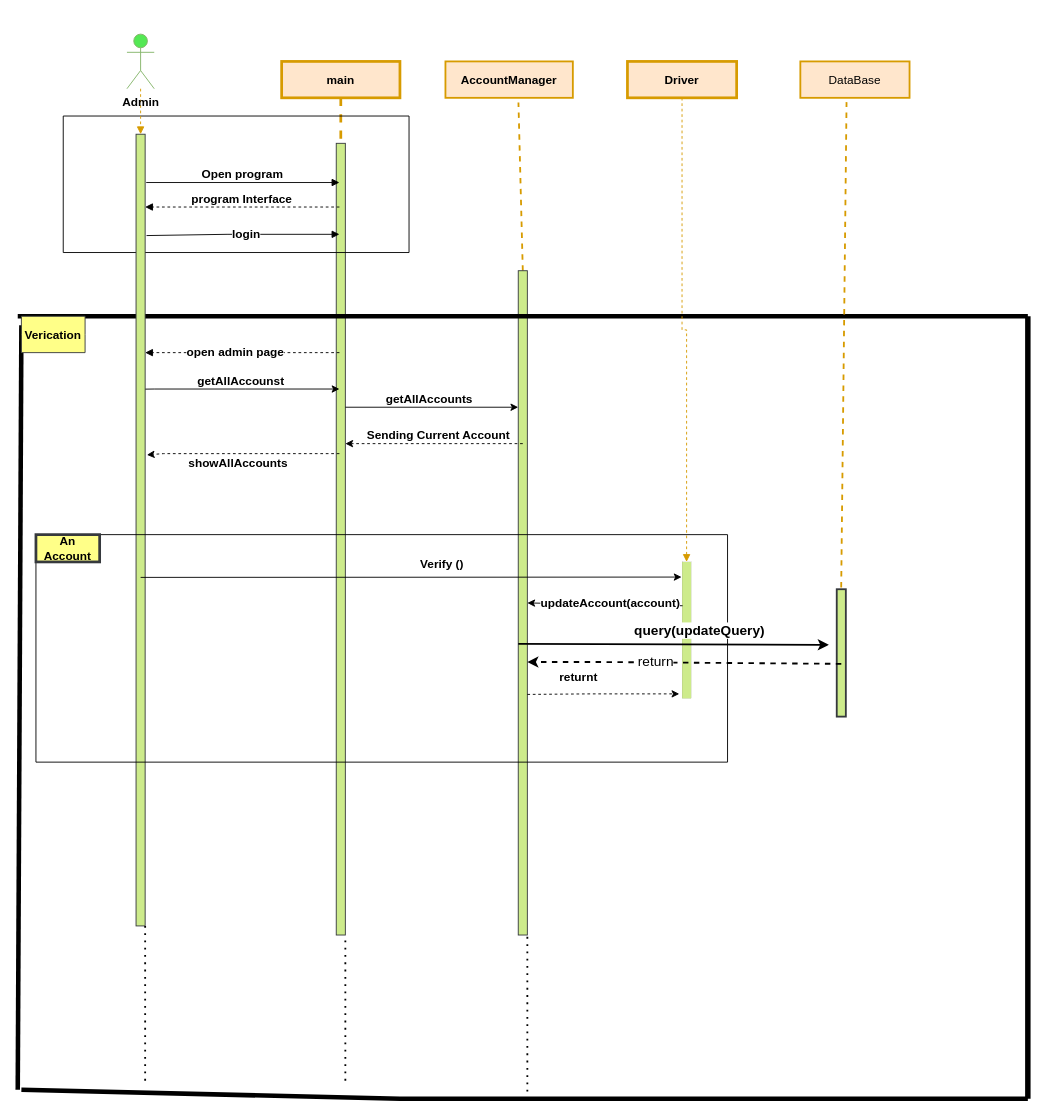
Earlier version of the draw.io diagram diagrams/verification.drawio (KareemMAX/CarApp). Source tidied: cells renumbered, new cells numbered last; positions are measured from the earlier drawing's top-left corner, leaving out a move shared by most shapes. Both pictures are drawn from the tidied source at 91%, with x=0, y=0 at pixel (17, 15).
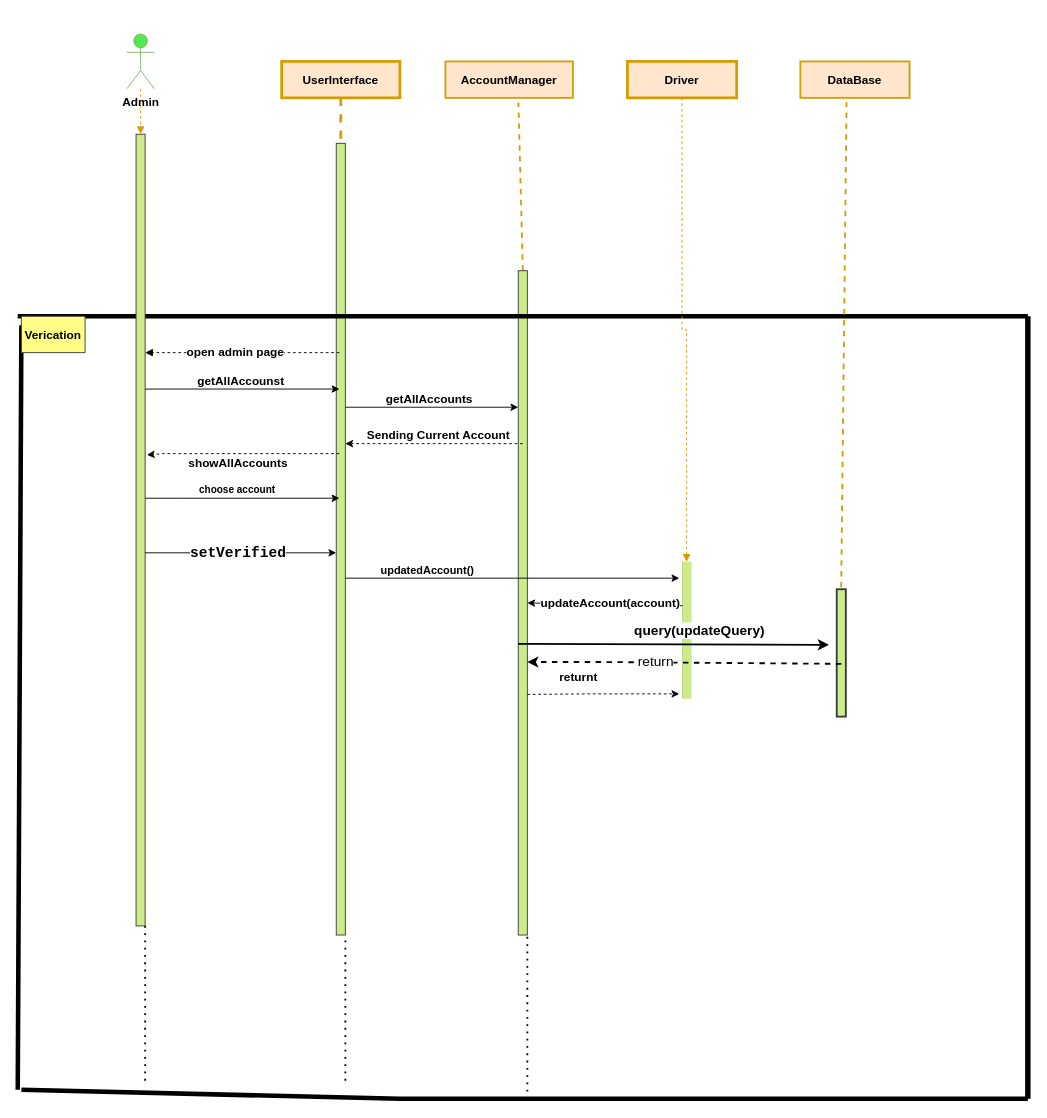
The same page after the edit.

Commit message (it also covers changes not shown here):
added sequence diagrams

Unchanged cells that the change refers to:
```xml
<mxCell id="4" style="points=[];perimeter=orthogonalPerimeter;rounded=0;shadow=0;strokeWidth=1;fillColor=#cdeb8b;strokeColor=#36393d;fontSize=13;fontStyle=1;" parent="3" vertex="1">
  <mxGeometry x="60" y="90" width="10" height="870" as="geometry" />
</mxCell>
<mxCell id="31" style="points=[];perimeter=orthogonalPerimeter;rounded=0;shadow=0;strokeWidth=1;fillColor=#cdeb8b;strokeColor=#36393d;fontSize=13;fontStyle=1;" parent="1" vertex="1">
  <mxGeometry x="130" y="130" width="10" height="870" as="geometry" />
</mxCell>
<mxCell id="43" style="whiteSpace=wrap;html=1;rounded=0;strokeColor=#36393d;strokeWidth=0;fillColor=#cdeb8b;fontSize=13;fontStyle=1;" parent="1" vertex="1">
  <mxGeometry x="730" y="600" width="10" height="150" as="geometry" />
</mxCell>
```

What changed in the source:
```diff
@@
-    <mxCell id="3" value="main" style="shape=umlLifeline;perimeter=lifelinePerimeter;rounded=0;shadow=0;strokeWidth=3;fillColor=#ffe6cc;strokeColor=#d79b00;fontStyle=1;spacing=3;fontSize=13;" parent="1" vertex="1">
+    <mxCell id="3" value="UserInterface" style="shape=umlLifeline;perimeter=lifelinePerimeter;rounded=0;shadow=0;strokeWidth=3;fillColor=#ffe6cc;strokeColor=#d79b00;fontStyle=1;spacing=3;fontSize=13;labelBackgroundColor=none;" parent="1" vertex="1">
       <mxGeometry x="290" y="50" width="130" height="960" as="geometry" />
     </mxCell>
@@
-    <mxCell id="5" value="Open program" style="verticalAlign=bottom;endArrow=block;shadow=0;strokeWidth=1;exitX=1.118;exitY=0.061;exitDx=0;exitDy=0;exitPerimeter=0;fontSize=13;fontStyle=1;" parent="1" edge="1" source="31" target="3">
-      <mxGeometry relative="1" as="geometry" />
-    </mxCell>
@@
-    <mxCell id="7" style="endArrow=none;html=1;rounded=0;fontSize=13;fontStyle=1;" parent="1" edge="1">
-      <mxGeometry relative="1" as="geometry">
-        <mxPoint x="50" y="110" as="sourcePoint" />
-        <mxPoint x="430" y="110" as="targetPoint" />
-      </mxGeometry>
-    </mxCell>
-    <mxCell id="8" style="endArrow=none;html=1;rounded=0;fontSize=13;fontStyle=1;" parent="1" edge="1">
-      <mxGeometry relative="1" as="geometry">
-        <mxPoint x="50" y="260" as="sourcePoint" />
-        <mxPoint x="50" y="110" as="targetPoint" />
-      </mxGeometry>
-    </mxCell>
-    <mxCell id="9" style="endArrow=none;html=1;rounded=0;fontSize=13;fontStyle=1;" parent="1" edge="1">
-      <mxGeometry relative="1" as="geometry">
-        <mxPoint x="50" y="260" as="sourcePoint" />
-        <mxPoint x="430" y="260" as="targetPoint" />
-      </mxGeometry>
-    </mxCell>
-    <mxCell id="10" style="endArrow=none;html=1;rounded=0;fontSize=13;fontStyle=1;" parent="1" edge="1">
-      <mxGeometry relative="1" as="geometry">
-        <mxPoint x="430" y="110" as="sourcePoint" />
-        <mxPoint x="430" y="260" as="targetPoint" />
-      </mxGeometry>
-    </mxCell>
-    <mxCell id="11" style="endArrow=block;html=1;rounded=0;dashed=1;endFill=1;fontSize=13;fontStyle=1;" parent="1" edge="1" source="3" target="31">
-      <mxGeometry relative="1" as="geometry">
-        <Array as="points">
-          <mxPoint x="220" y="210" />
-        </Array>
-      </mxGeometry>
-    </mxCell>
-    <mxCell id="12" value="program Interface" style="edgeLabel;html=1;align=center;verticalAlign=middle;fontSize=13;fontStyle=1;" parent="11" vertex="1">
-      <mxGeometry x="-0.38" y="3" relative="1" as="geometry">
-        <mxPoint x="-42" y="-13" as="offset" />
-      </mxGeometry>
-    </mxCell>
-    <mxCell id="13" style="endArrow=block;html=1;rounded=0;endFill=1;fontSize=13;fontStyle=1;exitX=1.153;exitY=0.128;exitDx=0;exitDy=0;exitPerimeter=0;" parent="1" edge="1" source="31" target="3">
-      <mxGeometry relative="1" as="geometry">
-        <Array as="points">
-          <mxPoint x="230" y="240" />
-        </Array>
-      </mxGeometry>
-    </mxCell>
-    <mxCell id="14" value="login" style="edgeLabel;html=1;align=center;verticalAlign=middle;fontSize=13;fontStyle=1;" parent="13" vertex="1">
-      <mxGeometry x="0.03" y="1" relative="1" as="geometry" />
-    </mxCell>
@@
-    <mxCell id="35" value="&lt;span style=&quot;font-size: 13px;&quot;&gt;Driver&lt;/span&gt;" style="rounded=0;whiteSpace=wrap;html=1;strokeColor=#d79b00;fillColor=#ffe6cc;strokeWidth=3;fontSize=13;fontStyle=1;" parent="1" vertex="1">
+    <mxCell id="35" value="&lt;span style=&quot;font-size: 13px&quot;&gt;Driver&lt;/span&gt;" style="rounded=0;whiteSpace=wrap;html=1;strokeColor=#d79b00;fillColor=#ffe6cc;strokeWidth=3;fontSize=13;fontStyle=1;" parent="1" vertex="1">
       <mxGeometry x="670" y="50" width="120" height="40" as="geometry" />
     </mxCell>
-    <mxCell id="36" style="endArrow=none;html=1;rounded=0;fontSize=13;fontStyle=1;" parent="1" edge="1">
-      <mxGeometry relative="1" as="geometry">
-        <mxPoint x="60" y="570" as="sourcePoint" />
-        <mxPoint x="780" y="570" as="targetPoint" />
-      </mxGeometry>
-    </mxCell>
-    <mxCell id="37" style="endArrow=none;html=1;rounded=0;fontSize=13;fontStyle=1;" parent="1" edge="1">
-      <mxGeometry relative="1" as="geometry">
-        <mxPoint x="20" y="820" as="sourcePoint" />
-        <mxPoint x="20" y="570" as="targetPoint" />
-      </mxGeometry>
-    </mxCell>
-    <mxCell id="38" style="endArrow=none;html=1;rounded=0;fontSize=13;fontStyle=1;" parent="1" edge="1">
-      <mxGeometry relative="1" as="geometry">
-        <mxPoint x="780" y="820" as="sourcePoint" />
-        <mxPoint x="780" y="570" as="targetPoint" />
-      </mxGeometry>
-    </mxCell>
-    <mxCell id="39" style="endArrow=none;html=1;rounded=0;fontSize=13;fontStyle=1;" parent="1" edge="1">
-      <mxGeometry relative="1" as="geometry">
-        <mxPoint x="20" y="820" as="sourcePoint" />
-        <mxPoint x="780" y="820" as="targetPoint" />
-      </mxGeometry>
-    </mxCell>
-    <mxCell id="40" value="An Account" style="whiteSpace=wrap;html=1;strokeWidth=3;fillColor=#ffff88;strokeColor=#36393d;fontSize=13;fontStyle=1;" parent="1" vertex="1">
-      <mxGeometry x="20" y="570" width="70" height="30" as="geometry" />
-    </mxCell>
-    <mxCell id="41" style="endArrow=classic;html=1;rounded=0;entryX=-0.054;entryY=0.111;entryDx=0;entryDy=0;entryPerimeter=0;fontSize=13;fontStyle=1;" parent="1" edge="1" target="43">
+    <mxCell id="41" style="endArrow=classic;html=1;rounded=0;fontSize=13;fontStyle=1;" parent="1" edge="1">
       <mxGeometry relative="1" as="geometry">
-        <mxPoint x="135" y="617" as="sourcePoint" />
+        <mxPoint x="140" y="590" as="sourcePoint" />
+        <mxPoint x="350" y="590" as="targetPoint" />
+        <Array as="points">
+          <mxPoint x="250" y="590" />
+        </Array>
       </mxGeometry>
     </mxCell>
-    <mxCell id="42" value="&lt;span style=&quot;font-size: 13px;&quot;&gt;Verify ()&lt;/span&gt;" style="edgeLabel;html=1;align=center;verticalAlign=middle;fontSize=13;fontStyle=1;" parent="41" vertex="1">
+    <mxCell id="42" value="&lt;pre style=&quot;font-family: &amp;#34;jetbrains mono&amp;#34; , monospace ; font-size: 12pt&quot;&gt;setVerified&lt;/pre&gt;" style="edgeLabel;html=1;align=center;verticalAlign=middle;fontSize=13;fontStyle=1;" parent="41" vertex="1">
       <mxGeometry x="0.17" y="3" relative="1" as="geometry">
-        <mxPoint x="-17" y="-12" as="offset" />
+        <mxPoint x="-22" y="3" as="offset" />
       </mxGeometry>
     </mxCell>
@@
-    <mxCell id="52" value="DataBase" style="rounded=0;whiteSpace=wrap;html=1;fontSize=13;strokeColor=#d79b00;strokeWidth=2;fillColor=#ffe6cc;" parent="1" vertex="1">
+    <mxCell id="52" value="&lt;b&gt;DataBase&lt;/b&gt;" style="rounded=0;whiteSpace=wrap;html=1;fontSize=13;strokeColor=#d79b00;strokeWidth=2;fillColor=#ffe6cc;" parent="1" vertex="1">
       <mxGeometry x="860" y="50" width="120" height="40" as="geometry" />
     </mxCell>
@@
+    <mxCell id="59" style="endArrow=classic;html=1;rounded=0;" parent="1" edge="1" source="31" target="3">
+      <mxGeometry relative="1" as="geometry">
+        <Array as="points">
+          <mxPoint x="180" y="530" />
+        </Array>
+      </mxGeometry>
+    </mxCell>
+    <mxCell id="60" value="choose account" style="edgeLabel;html=1;align=center;verticalAlign=middle;fontStyle=1;" parent="59" vertex="1">
+      <mxGeometry x="-0.18" y="-3" relative="1" as="geometry">
+        <mxPoint x="12" y="-13" as="offset" />
+      </mxGeometry>
+    </mxCell>
+    <mxCell id="61" style="endArrow=classic;html=1;rounded=0;entryX=-0.3;entryY=0.119;entryDx=0;entryDy=0;entryPerimeter=0;" parent="1" edge="1" source="4" target="43">
+      <mxGeometry relative="1" as="geometry" />
+    </mxCell>
+    <mxCell id="62" value="&lt;font color=&quot;#000000&quot;&gt;&lt;b&gt;updatedAccount()&lt;/b&gt;&lt;/font&gt;" style="text;html=1;align=center;verticalAlign=middle;strokeColor=none;fillColor=none;fontColor=#FFFFFF;" parent="1" vertex="1">
+      <mxGeometry x="390" y="600" width="120" height="20" as="geometry" />
+    </mxCell>
```
